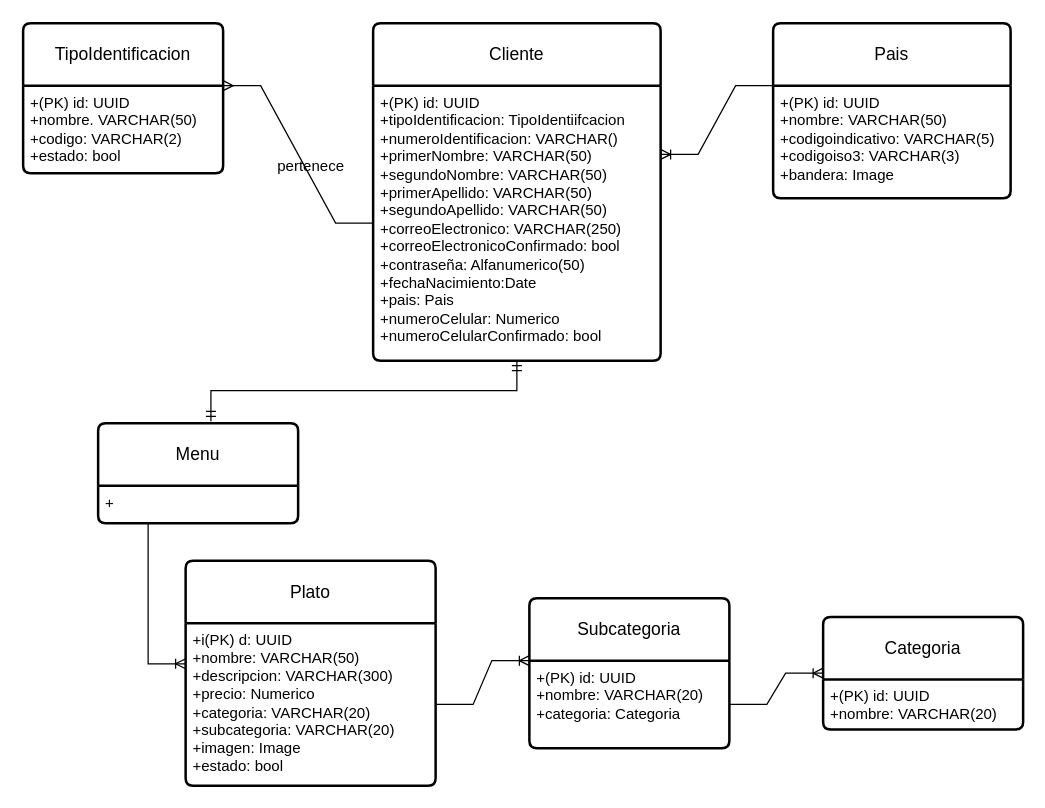
Earlier version of the draw.io diagram page "MER Cliente" (15 of 16) of Restaurante_Disenio.drawio (andrescardo98/doo). Source tidied: cells renumbered, new cells numbered last; positions are measured from the earlier drawing's top-left corner, leaving out a move shared by most shapes. Both pictures are drawn from the tidied source at 125%, with x=0, y=0 at pixel (22, 22).
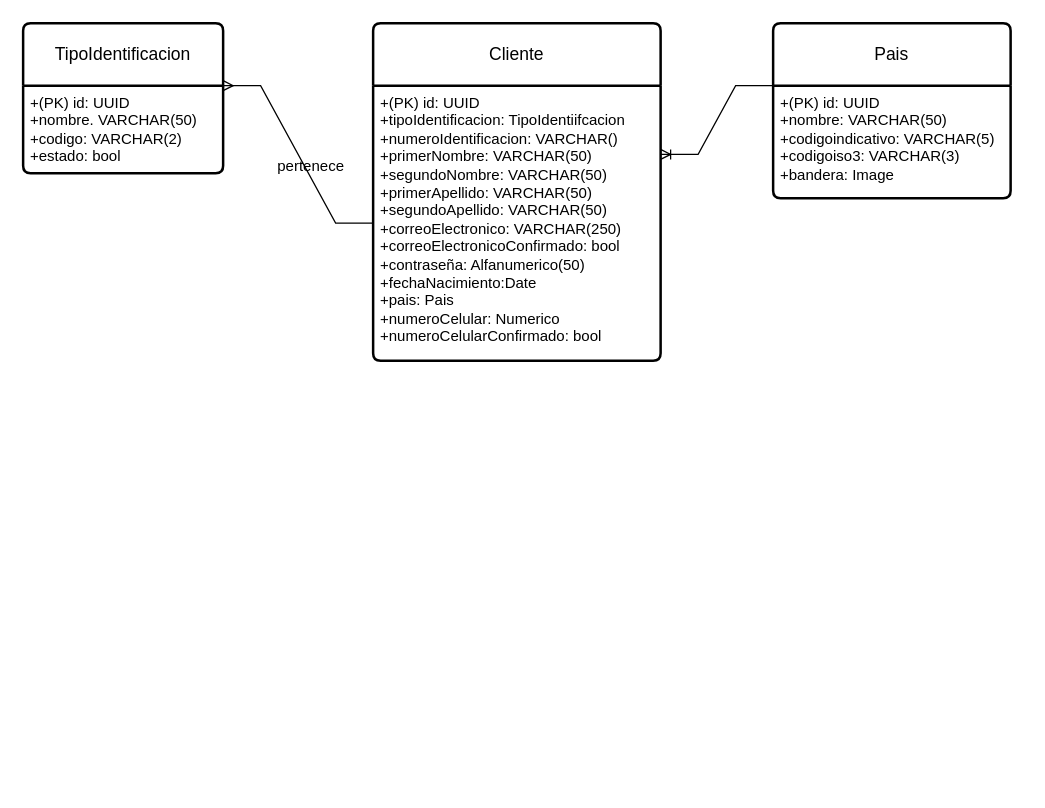
The same page after the edit.

The change refers to these unchanged cells:
```xml
<mxCell id="3" value="+(PK)&amp;nbsp;id: UUID&lt;br&gt;+tipoIdentificacion: TipoIdentiifcacion&lt;br&gt;+numeroIdentificacion: VARCHAR()&lt;br&gt;+primerNombre: VARCHAR(50)&lt;br&gt;+segundoNombre: VARCHAR(50)&lt;br&gt;+primerApellido: VARCHAR(50)&lt;br&gt;+segundoApellido: VARCHAR(50)&lt;br&gt;+correoElectronico: VARCHAR(250)&lt;br&gt;+correoElectronicoConfirmado: bool&lt;br&gt;+contraseña: Alfanumerico(50)&lt;br&gt;+fechaNacimiento:Date&lt;br&gt;+pais: Pais&lt;br&gt;+numeroCelular: Numerico&lt;br&gt;+numeroCelularConfirmado: bool" style="align=left;strokeColor=none;fillColor=none;spacingLeft=4;fontSize=12;verticalAlign=top;html=1;" parent="2" vertex="1">
  <mxGeometry y="50" width="230" height="220" as="geometry" />
</mxCell>
```

Diff of the diagram source:
```diff
@@
-    <mxCell id="8" value="Plato" style="swimlane;horizontal=1;startSize=50;rounded=1;fontSize=14;fontStyle=0;strokeWidth=2;shadow=0;dashed=0;align=center;arcSize=4;whiteSpace=wrap;html=1;" parent="1" vertex="1">
-      <mxGeometry x="130" y="430" width="200" height="180" as="geometry" />
-    </mxCell>
-    <mxCell id="9" value="+i(PK)&amp;nbsp;d: UUID&lt;br&gt;+nombre: VARCHAR(50)&lt;br&gt;+descripcion: VARCHAR(300)&lt;br&gt;+precio: Numerico&lt;br&gt;+categoria: VARCHAR(20)&lt;br&gt;+subcategoria: VARCHAR(20)&lt;br&gt;+imagen: Image&lt;br&gt;+estado: bool" style="align=left;strokeColor=none;fillColor=none;spacingLeft=4;fontSize=12;verticalAlign=top;html=1;" parent="8" vertex="1">
-      <mxGeometry y="50" width="200" height="130" as="geometry" />
-    </mxCell>
-    <mxCell id="10" value="Subcategoria" style="swimlane;horizontal=1;startSize=50;rounded=1;fontSize=14;fontStyle=0;strokeWidth=2;shadow=0;dashed=0;align=center;arcSize=4;whiteSpace=wrap;html=1;" parent="1" vertex="1">
-      <mxGeometry x="405" y="460" width="160" height="120" as="geometry" />
-    </mxCell>
-    <mxCell id="11" value="+(PK)&amp;nbsp;id: UUID&lt;br&gt;+nombre: VARCHAR(20)&lt;br&gt;+categoria: Categoria" style="align=left;strokeColor=none;fillColor=none;spacingLeft=4;fontSize=12;verticalAlign=top;html=1;" parent="10" vertex="1">
-      <mxGeometry y="50" width="160" height="70" as="geometry" />
-    </mxCell>
-    <mxCell id="12" value="Categoria" style="swimlane;horizontal=1;startSize=50;rounded=1;fontSize=14;fontStyle=0;strokeWidth=2;shadow=0;dashed=0;align=center;arcSize=4;whiteSpace=wrap;html=1;" parent="1" vertex="1">
-      <mxGeometry x="640" y="475" width="160" height="90" as="geometry" />
-    </mxCell>
-    <mxCell id="13" value="+(PK) id: UUID&lt;br&gt;+nombre: VARCHAR(20)" style="align=left;strokeColor=none;fillColor=none;spacingLeft=4;fontSize=12;verticalAlign=top;html=1;" parent="12" vertex="1">
-      <mxGeometry y="50" width="160" height="40" as="geometry" />
-    </mxCell>
@@
-    <mxCell id="16" value="Menu" style="swimlane;horizontal=1;startSize=50;rounded=1;fontSize=14;fontStyle=0;strokeWidth=2;shadow=0;dashed=0;align=center;arcSize=4;whiteSpace=wrap;html=1;" parent="1" vertex="1">
-      <mxGeometry x="60" y="320" width="160" height="80" as="geometry" />
-    </mxCell>
-    <mxCell id="17" value="+" style="align=left;strokeColor=none;fillColor=none;spacingLeft=4;fontSize=12;verticalAlign=top;html=1;" parent="16" vertex="1">
-      <mxGeometry y="50" width="160" height="30" as="geometry" />
-    </mxCell>
-    <mxCell id="18" style="edgeStyle=elbowEdgeStyle;fontSize=12;html=1;endArrow=ERmandOne;startArrow=ERmandOne;rounded=0;exitX=0.564;exitY=-0.018;exitDx=0;exitDy=0;exitPerimeter=0;entryX=0.5;entryY=1;entryDx=0;entryDy=0;elbow=vertical;" parent="1" edge="1" source="16" target="3">
-      <mxGeometry relative="1" as="geometry" />
-    </mxCell>
-    <mxCell id="19" style="edgeStyle=orthogonalEdgeStyle;fontSize=12;html=1;endArrow=ERoneToMany;rounded=0;exitX=0.25;exitY=1;exitDx=0;exitDy=0;entryX=0;entryY=0.25;entryDx=0;entryDy=0;" parent="1" edge="1" source="17" target="9">
-      <mxGeometry relative="1" as="geometry" />
-    </mxCell>
-    <mxCell id="20" style="edgeStyle=entityRelationEdgeStyle;fontSize=12;html=1;endArrow=ERoneToMany;rounded=0;exitX=1;exitY=0.5;exitDx=0;exitDy=0;entryX=0;entryY=0;entryDx=0;entryDy=0;" parent="1" edge="1" source="9" target="11">
-      <mxGeometry relative="1" as="geometry" />
-    </mxCell>
-    <mxCell id="21" style="edgeStyle=entityRelationEdgeStyle;fontSize=12;html=1;endArrow=ERoneToMany;rounded=0;exitX=1;exitY=0.5;exitDx=0;exitDy=0;entryX=0;entryY=0.5;entryDx=0;entryDy=0;" parent="1" edge="1" source="11" target="12">
-      <mxGeometry relative="1" as="geometry" />
-    </mxCell>
```
